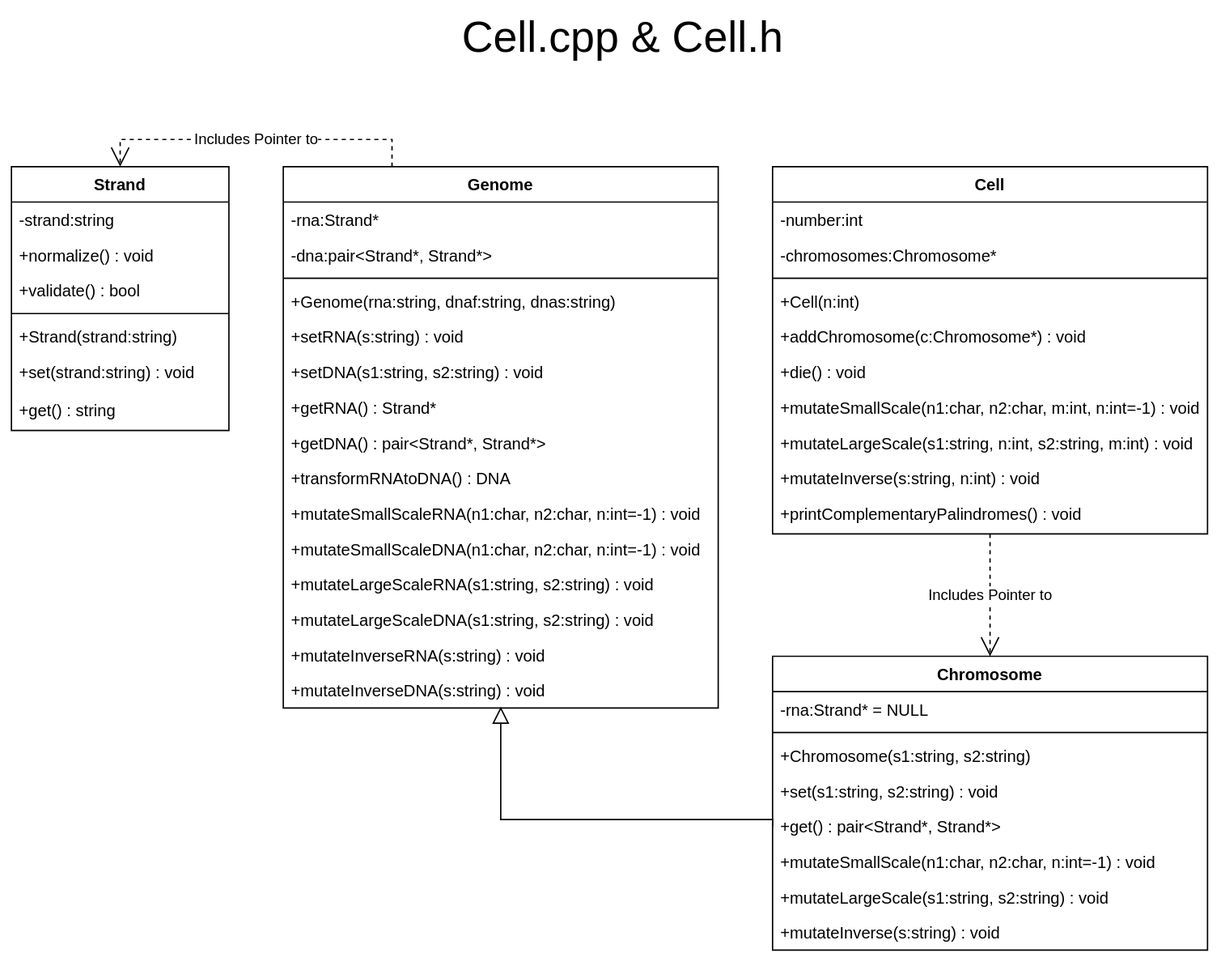
This is architecture/programs/Cell.svg from k-forghani/class-of-life, a draw.io export, as it was before one commit. Source tidied: cells renumbered, new cells last; positions are measured from the earlier drawing's top-left corner, leaving out a move shared by most shapes.
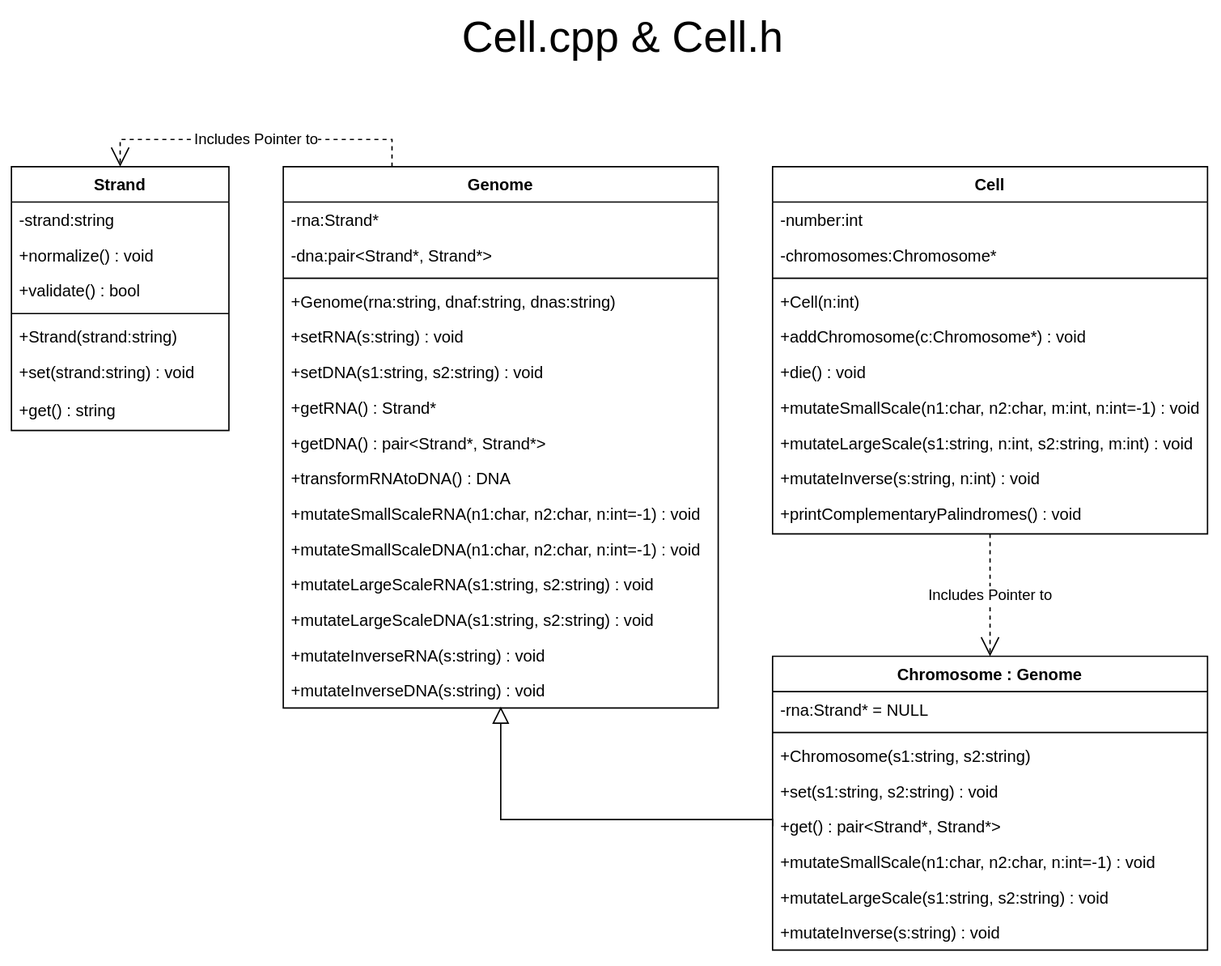
Later version of the same file.

Commit message:
Added initial architecture of Animal

Change to the diagram source:
```diff
@@ -50,7 +50,7 @@
     <mxCell id="17" value="+mutateInverseDNA(s:string) : void" style="text;align=left;verticalAlign=top;spacingLeft=4;spacingRight=4;overflow=hidden;points=[[0,0.5],[1,0.5]];portConstraint=eastwest;" parent="2" vertex="1">
       <mxGeometry y="372" width="320" height="26" as="geometry" />
     </mxCell>
-    <mxCell id="18" value="Chromosome" style="swimlane;fontStyle=1;align=center;verticalAlign=top;horizontal=1;startSize=26;rounded=0;shadow=0;strokeWidth=1;" parent="1" vertex="1">
+    <mxCell id="18" value="Chromosome : Genome" style="swimlane;fontStyle=1;align=center;verticalAlign=top;horizontal=1;startSize=26;rounded=0;shadow=0;strokeWidth=1;" parent="1" vertex="1">
       <mxGeometry x="560" y="470" width="320" height="216" as="geometry" />
     </mxCell>
     <mxCell id="19" value="-rna:Strand* = NULL" style="text;align=left;verticalAlign=top;spacingLeft=4;spacingRight=4;overflow=hidden;" parent="18" vertex="1">
```
